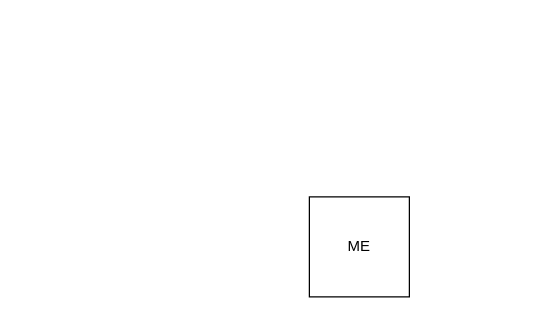
gavinlau/zdtq-cms keeps this draw.io diagram as me.drawio. Above is the earlier version. Source tidied: cells renumbered, new cells numbered last; positions are measured from the earlier drawing's top-left corner, leaving out a move shared by most shapes. Both pictures are drawn from the tidied source at 125%, with x=0, y=0 at pixel (309, 196).
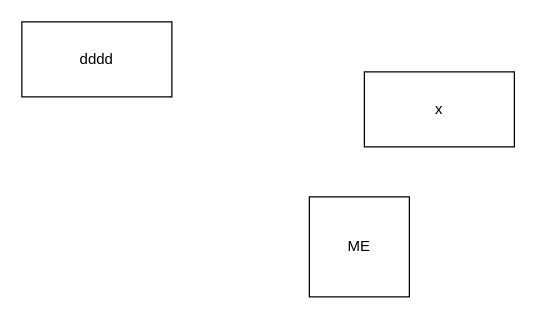
The same page after the edit.

Diff of the diagram source:
```diff
@@
 <mxGraphModel>
   <root>
     <mxCell id="0" />
     <mxCell id="1" parent="0" />
     <mxCell id="2" value="ME" style="whiteSpace=wrap;html=1;" parent="1" vertex="1">
       <mxGeometry width="80" height="80" as="geometry" />
     </mxCell>
+    <mxCell id="3" value="x" style="rounded=0;whiteSpace=wrap;html=1;" parent="1" vertex="1">
+      <mxGeometry x="44" y="-100" width="120" height="60" as="geometry" />
+    </mxCell>
+    <mxCell id="4" value="dddd" style="rounded=0;whiteSpace=wrap;html=1;" parent="1" vertex="1">
+      <mxGeometry x="-230" y="-140" width="120" height="60" as="geometry" />
+    </mxCell>
   </root>
 </mxGraphModel>
```
